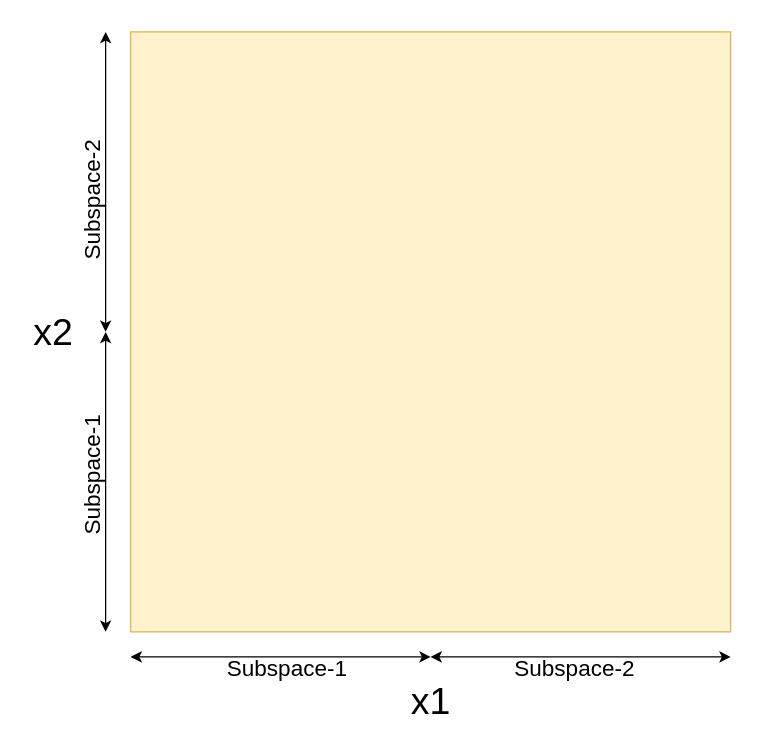
ShivaprasadNadagoudr/distributed-safe-bo keeps this draw.io diagram as page "Page-1" (1 of 7) of drawings/dbo_hyperspace.drawio. Above is the earlier version. Source tidied: cells renumbered, new cells numbered last; positions are measured from the earlier drawing's top-left corner, leaving out a move shared by most shapes. Both pictures are drawn from the tidied source at 125%, with x=0, y=0 at pixel (18, 31).
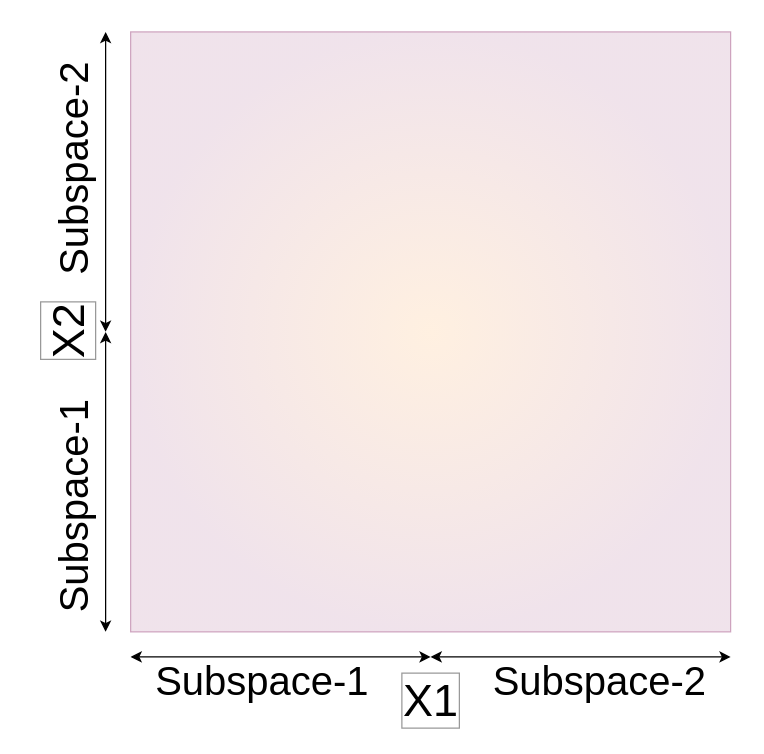
The same diagram, later.

Change to the diagram source:
```diff
@@
 <mxGraphModel>
   <root>
     <mxCell id="0" />
     <mxCell id="1" parent="0" />
-    <mxCell id="2" style="whiteSpace=wrap;html=1;fillColor=#fff2cc;strokeColor=#d6b656;" parent="1" vertex="1">
+    <mxCell id="2" style="whiteSpace=wrap;html=1;fillColor=#ffe6cc;strokeColor=#B5739D;gradientColor=#E6D0DE;gradientDirection=radial;opacity=60;" parent="1" vertex="1">
       <mxGeometry x="90" width="480" height="480" as="geometry" />
     </mxCell>
-    <mxCell id="3" value="&lt;font style=&quot;font-size: 30px&quot;&gt;x1&lt;/font&gt;" style="text;html=1;align=center;verticalAlign=middle;strokeColor=none;fillColor=none;" parent="1" vertex="1">
-      <mxGeometry x="305" y="520" width="50" height="30" as="geometry" />
-    </mxCell>
-    <mxCell id="4" value="&lt;font style=&quot;font-size: 30px&quot;&gt;x2&lt;/font&gt;" style="text;html=1;align=center;verticalAlign=middle;strokeColor=none;fillColor=none;" parent="1" vertex="1">
-      <mxGeometry x="3" y="225" width="50" height="30" as="geometry" />
-    </mxCell>
     <mxCell id="5" style="endArrow=classic;startArrow=classic;html=1;rounded=0;fontSize=30;" parent="1" edge="1">
       <mxGeometry relative="1" as="geometry">
         <mxPoint x="70" as="sourcePoint" />
         <mxPoint x="70" y="240" as="targetPoint" />
       </mxGeometry>
     </mxCell>
     <mxCell id="6" style="endArrow=classic;startArrow=classic;html=1;rounded=0;fontSize=30;" parent="1" edge="1">
       <mxGeometry relative="1" as="geometry">
         <mxPoint x="330" y="500" as="sourcePoint" />
         <mxPoint x="570" y="500" as="targetPoint" />
       </mxGeometry>
     </mxCell>
     <mxCell id="7" style="endArrow=classic;startArrow=classic;html=1;rounded=0;fontSize=30;" parent="1" edge="1">
       <mxGeometry relative="1" as="geometry">
         <mxPoint x="70" y="240" as="sourcePoint" />
         <mxPoint x="70" y="480" as="targetPoint" />
       </mxGeometry>
     </mxCell>
     <mxCell id="8" style="endArrow=classic;startArrow=classic;html=1;rounded=0;fontSize=30;" parent="1" edge="1">
       <mxGeometry relative="1" as="geometry">
         <mxPoint x="90" y="500" as="sourcePoint" />
         <mxPoint x="330" y="500" as="targetPoint" />
       </mxGeometry>
     </mxCell>
-    <mxCell id="9" value="&lt;font style=&quot;font-size: 18px&quot;&gt;Subspace-1&lt;/font&gt;" style="text;html=1;align=center;verticalAlign=middle;strokeColor=none;fillColor=none;fontSize=30;" parent="1" vertex="1">
-      <mxGeometry x="160" y="480" width="110" height="50" as="geometry" />
-    </mxCell>
-    <mxCell id="10" value="&lt;font style=&quot;font-size: 18px&quot;&gt;Subspace-2&lt;/font&gt;" style="text;html=1;align=center;verticalAlign=middle;strokeColor=none;fillColor=none;fontSize=30;" parent="1" vertex="1">
-      <mxGeometry x="390" y="480" width="110" height="50" as="geometry" />
-    </mxCell>
-    <mxCell id="11" value="&lt;font style=&quot;font-size: 18px&quot;&gt;Subspace-1&lt;/font&gt;" style="text;html=1;align=center;verticalAlign=middle;strokeColor=none;fillColor=none;fontSize=30;rotation=270;" parent="1" vertex="1">
-      <mxGeometry y="330" width="110" height="50" as="geometry" />
-    </mxCell>
-    <mxCell id="12" value="&lt;font style=&quot;font-size: 18px&quot;&gt;Subspace-2&lt;/font&gt;" style="text;html=1;align=center;verticalAlign=middle;strokeColor=none;fillColor=none;fontSize=30;rotation=270;" parent="1" vertex="1">
-      <mxGeometry y="110" width="110" height="50" as="geometry" />
-    </mxCell>
+    <mxCell id="13" value="&lt;font style=&quot;font-size: 36px;&quot;&gt;X1&lt;/font&gt;" style="text;html=1;align=center;verticalAlign=middle;strokeColor=none;fillColor=none;fontSize=36;labelBorderColor=#999999;" parent="1" vertex="1">
+      <mxGeometry x="300" y="510" width="60" height="50" as="geometry" />
+    </mxCell>
+    <mxCell id="14" value="&lt;font style=&quot;font-size: 36px;&quot;&gt;X2&lt;/font&gt;" style="text;html=1;align=center;verticalAlign=middle;strokeColor=none;fillColor=none;rotation=270;fontSize=36;labelBackgroundColor=none;labelBorderColor=#999999;" parent="1" vertex="1">
+      <mxGeometry x="10" y="215" width="60" height="50" as="geometry" />
+    </mxCell>
+    <mxCell id="15" value="&lt;font style=&quot;font-size: 32px;&quot;&gt;Subspace-1&lt;/font&gt;" style="text;html=1;align=center;verticalAlign=middle;strokeColor=none;fillColor=none;fontSize=32;" parent="1" vertex="1">
+      <mxGeometry x="100" y="500" width="190" height="40" as="geometry" />
+    </mxCell>
+    <mxCell id="16" value="&lt;font style=&quot;font-size: 32px;&quot;&gt;Subspace-2&lt;/font&gt;" style="text;html=1;align=center;verticalAlign=middle;strokeColor=none;fillColor=none;fontSize=32;" parent="1" vertex="1">
+      <mxGeometry x="370" y="500" width="190" height="40" as="geometry" />
+    </mxCell>
+    <mxCell id="17" value="&lt;font style=&quot;font-size: 32px;&quot;&gt;Subspace-1&lt;/font&gt;" style="text;html=1;align=center;verticalAlign=middle;strokeColor=none;fillColor=none;fontSize=32;rotation=270;" parent="1" vertex="1">
+      <mxGeometry x="-50" y="360" width="190" height="40" as="geometry" />
+    </mxCell>
+    <mxCell id="18" value="&lt;font style=&quot;font-size: 32px;&quot;&gt;Subspace-2&lt;/font&gt;" style="text;html=1;align=center;verticalAlign=middle;strokeColor=none;fillColor=none;fontSize=32;rotation=270;" parent="1" vertex="1">
+      <mxGeometry x="-50" y="90" width="190" height="40" as="geometry" />
+    </mxCell>
   </root>
 </mxGraphModel>
```
